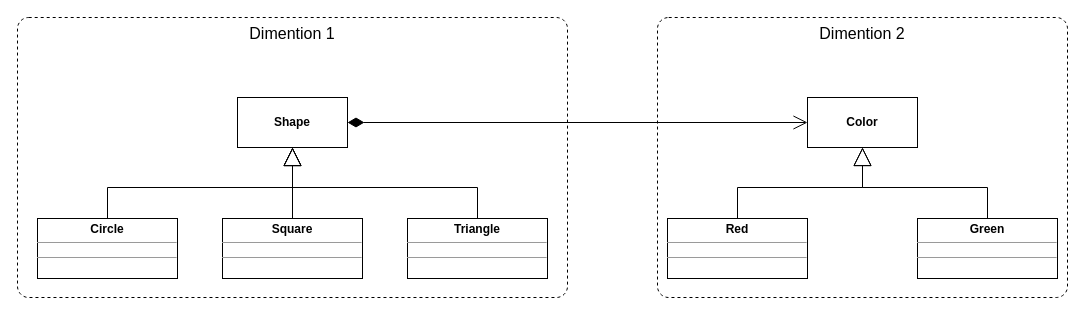
Above: src/main/resources/diagrams/structural/bridge/bridge_problem_shapes_bridge.drawio in dominikcebula/gof-design-patterns (draw.io), before the change. Source tidied: cells renumbered, new cells numbered last; positions are measured from the earlier drawing's top-left corner, leaving out a move shared by most shapes. Both pictures are drawn from the tidied source at 100%, with x=0, y=0 at pixel (17, 17).
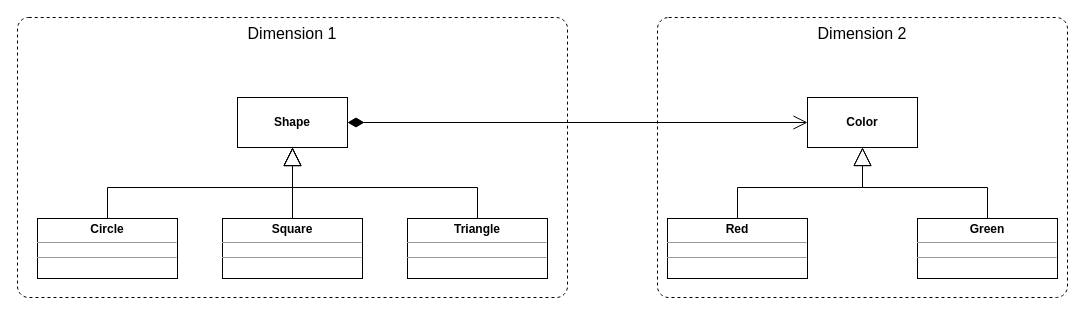
The same diagram, later.

The edit, as a diff of the source:
```diff
@@
-    <mxCell id="2" value="Dimention 2" style="rounded=1;whiteSpace=wrap;html=1;verticalAlign=top;fontSize=16;dashed=1;fillColor=none;arcSize=4;" parent="1" vertex="1">
+    <mxCell id="2" value="Dimension&amp;nbsp;2" style="rounded=1;whiteSpace=wrap;html=1;verticalAlign=top;fontSize=16;dashed=1;fillColor=none;arcSize=4;" parent="1" vertex="1">
       <mxGeometry x="640" width="410" height="280" as="geometry" />
     </mxCell>
-    <mxCell id="3" value="Dimention 1" style="rounded=1;whiteSpace=wrap;html=1;verticalAlign=top;fontSize=16;dashed=1;fillColor=none;arcSize=4;" parent="1" vertex="1">
+    <mxCell id="3" value="Dimension 1" style="rounded=1;whiteSpace=wrap;html=1;verticalAlign=top;fontSize=16;dashed=1;fillColor=none;arcSize=4;" parent="1" vertex="1">
       <mxGeometry width="550" height="280" as="geometry" />
     </mxCell>
```
